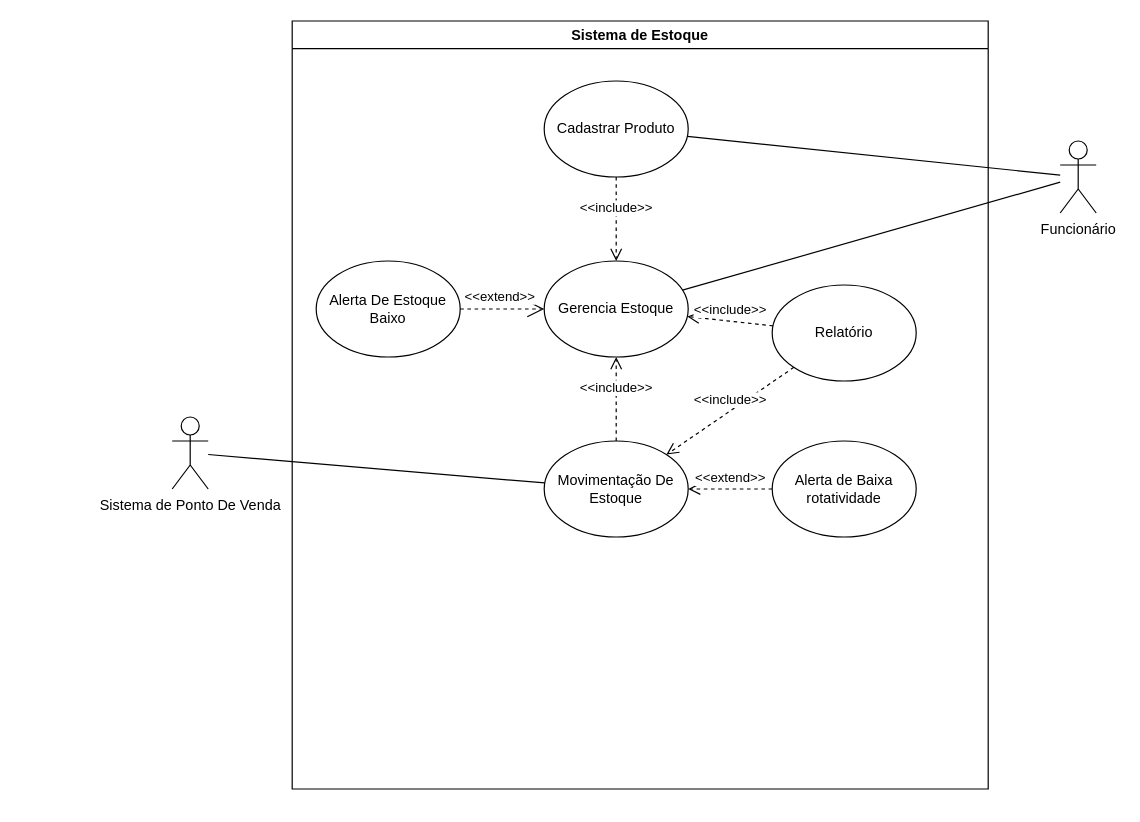
Before: Caso de uso.drawio in josevictoraraujorojas/Sistema-Estoque, a draw.io diagram. Source tidied: cells renumbered, new cells numbered last; positions are measured from the earlier drawing's top-left corner, leaving out a move shared by most shapes. Both pictures are drawn from the tidied source at 120%, with x=0, y=0 at pixel (172, 20).
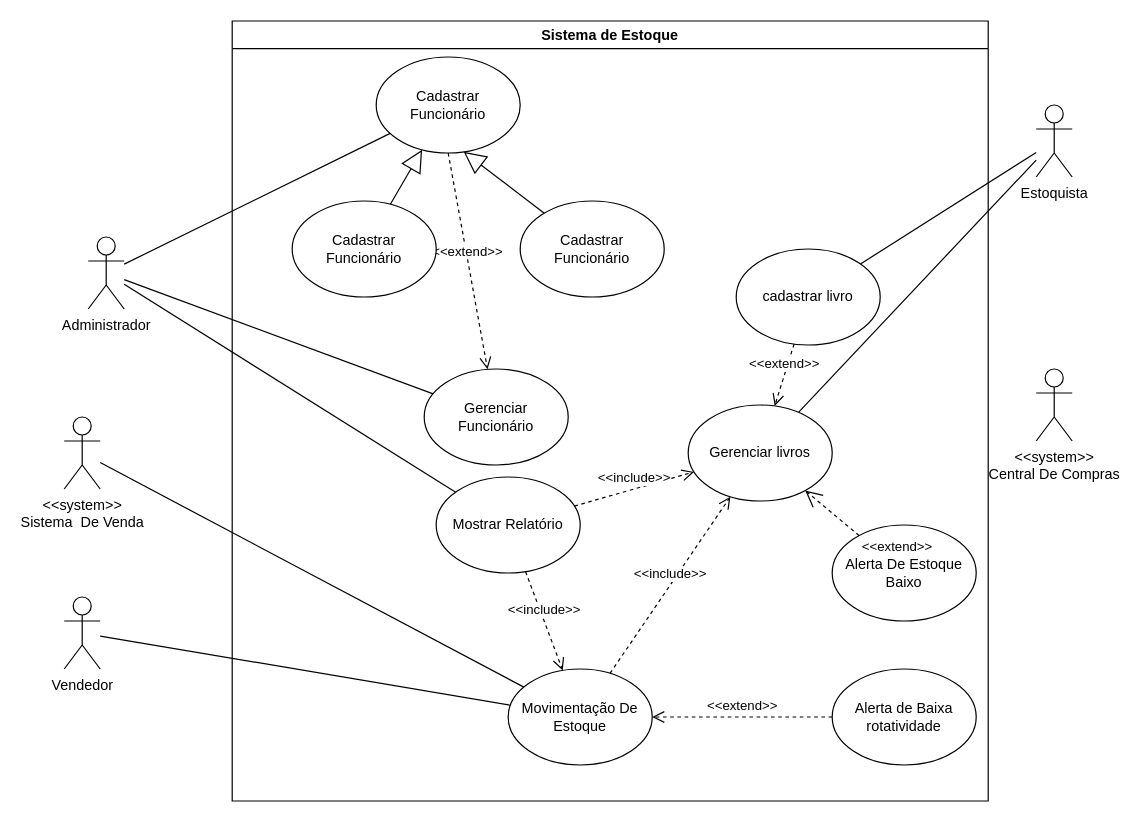
The same page after the edit.

Diff of the diagram source:
```diff
@@
-    <mxCell id="2" value="Funcionário" style="shape=umlActor;verticalLabelPosition=bottom;verticalAlign=top;html=1;outlineConnect=0;" parent="1" vertex="1">
-      <mxGeometry x="740" y="100" width="30" height="60" as="geometry" />
+    <mxCell id="2" value="Administrador" style="shape=umlActor;verticalLabelPosition=bottom;verticalAlign=top;html=1;outlineConnect=0;" parent="1" vertex="1">
+      <mxGeometry x="-70" y="180" width="30" height="60" as="geometry" />
     </mxCell>
-    <mxCell id="3" value="Gerencia Estoque" style="ellipse;whiteSpace=wrap;html=1;" parent="1" vertex="1">
-      <mxGeometry x="310" y="200" width="120" height="80" as="geometry" />
-    </mxCell>
-    <mxCell id="4" value="Movimentação De Estoque" style="ellipse;whiteSpace=wrap;html=1;" parent="1" vertex="1">
-      <mxGeometry x="310" y="350" width="120" height="80" as="geometry" />
-    </mxCell>
-    <mxCell id="5" value="&amp;lt;&amp;lt;extend&amp;gt;&amp;gt;" style="html=1;verticalAlign=bottom;endArrow=open;dashed=1;endSize=8;curved=0;rounded=0;" parent="1" edge="1" source="14" target="4">
-      <mxGeometry relative="1" as="geometry" />
-    </mxCell>
-    <mxCell id="6" value="&amp;lt;&amp;lt;extend&amp;gt;&amp;gt;" style="endArrow=open;endSize=12;dashed=1;html=1;rounded=0;" parent="1" edge="1" source="16" target="3">
-      <mxGeometry x="-0.06" y="10" relative="1" as="geometry" />
-    </mxCell>
-    <mxCell id="7" value="&amp;lt;&amp;lt;include&amp;gt;&amp;gt;" style="html=1;verticalAlign=bottom;endArrow=open;dashed=1;endSize=8;curved=0;rounded=0;" parent="1" edge="1" source="4" target="3">
-      <mxGeometry relative="1" as="geometry" />
-    </mxCell>
-    <mxCell id="8" value="Sistema de Ponto De Venda" style="shape=umlActor;verticalLabelPosition=bottom;verticalAlign=top;html=1;outlineConnect=0;" parent="1" vertex="1">
-      <mxGeometry y="330" width="30" height="60" as="geometry" />
+    <mxCell id="8" value="&lt;div&gt;&amp;lt;&amp;lt;system&amp;gt;&amp;gt;&lt;/div&gt;Sistema&amp;nbsp; De Venda" style="shape=umlActor;verticalLabelPosition=bottom;verticalAlign=top;html=1;outlineConnect=0;" parent="1" vertex="1">
+      <mxGeometry x="-90" y="330" width="30" height="60" as="geometry" />
     </mxCell>
-    <mxCell id="9" value="&amp;lt;&amp;lt;include&amp;gt;&amp;gt;" style="html=1;verticalAlign=bottom;endArrow=open;dashed=1;endSize=8;curved=0;rounded=0;" parent="1" edge="1" source="15" target="3">
-      <mxGeometry relative="1" as="geometry" />
-    </mxCell>
-    <mxCell id="10" style="endArrow=none;html=1;rounded=0;" parent="1" edge="1" source="15" target="2">
+    <mxCell id="10" style="endArrow=none;html=1;rounded=0;" parent="1" edge="1" source="15" target="31">
       <mxGeometry relative="1" as="geometry" />
     </mxCell>
-    <mxCell id="11" style="endArrow=none;html=1;rounded=0;" parent="1" edge="1" source="3" target="2">
+    <mxCell id="11" style="endArrow=none;html=1;rounded=0;" parent="1" edge="1" source="3" target="31">
       <mxGeometry relative="1" as="geometry" />
     </mxCell>
@@
     <mxCell id="13" value="Sistema de Estoque" style="swimlane;" parent="1" vertex="1">
-      <mxGeometry x="100" width="580" height="640" as="geometry" />
+      <mxGeometry x="50" width="630" height="650" as="geometry" />
     </mxCell>
     <mxCell id="14" value="Alerta de Baixa rotatividade" style="ellipse;whiteSpace=wrap;html=1;" parent="13" vertex="1">
-      <mxGeometry x="400" y="350" width="120" height="80" as="geometry" />
+      <mxGeometry x="500" y="540" width="120" height="80" as="geometry" />
     </mxCell>
-    <mxCell id="15" value="Cadastrar Produto" style="ellipse;whiteSpace=wrap;html=1;" parent="13" vertex="1">
-      <mxGeometry x="210" y="50" width="120" height="80" as="geometry" />
+    <mxCell id="15" value="cadastrar livro" style="ellipse;whiteSpace=wrap;html=1;" parent="13" vertex="1">
+      <mxGeometry x="420" y="190" width="120" height="80" as="geometry" />
     </mxCell>
     <mxCell id="16" value="Alerta De Estoque Baixo" style="ellipse;whiteSpace=wrap;html=1;" parent="13" vertex="1">
-      <mxGeometry x="20" y="200" width="120" height="80" as="geometry" />
+      <mxGeometry x="500" y="420" width="120" height="80" as="geometry" />
     </mxCell>
-    <mxCell id="17" value="Relatório" style="ellipse;whiteSpace=wrap;html=1;" parent="13" vertex="1">
-      <mxGeometry x="400" y="220" width="120" height="80" as="geometry" />
+    <mxCell id="17" value="Mostrar Relatório" style="ellipse;whiteSpace=wrap;html=1;" parent="13" vertex="1">
+      <mxGeometry x="170" y="380" width="120" height="80" as="geometry" />
     </mxCell>
+    <mxCell id="4" value="Movimentação De Estoque" style="ellipse;whiteSpace=wrap;html=1;" parent="13" vertex="1">
+      <mxGeometry x="230" y="540" width="120" height="80" as="geometry" />
+    </mxCell>
+    <mxCell id="5" value="&amp;lt;&amp;lt;extend&amp;gt;&amp;gt;" style="html=1;verticalAlign=bottom;endArrow=open;dashed=1;endSize=8;curved=0;rounded=0;" parent="13" edge="1" source="14" target="4">
+      <mxGeometry relative="1" as="geometry" />
+    </mxCell>
+    <mxCell id="19" value="&amp;lt;&amp;lt;include&amp;gt;&amp;gt;" style="html=1;verticalAlign=bottom;endArrow=open;dashed=1;endSize=8;curved=0;rounded=0;" parent="13" edge="1" source="17" target="4">
+      <mxGeometry relative="1" as="geometry" />
+    </mxCell>
+    <mxCell id="20" value="Cadastrar Funcionário" style="ellipse;whiteSpace=wrap;html=1;" parent="13" vertex="1">
+      <mxGeometry x="120" y="30" width="120" height="80" as="geometry" />
+    </mxCell>
+    <mxCell id="21" value="Gerenciar Funcionário" style="ellipse;whiteSpace=wrap;html=1;" parent="13" vertex="1">
+      <mxGeometry x="160" y="290" width="120" height="80" as="geometry" />
+    </mxCell>
+    <mxCell id="22" value="&amp;lt;&amp;lt;extend&amp;gt;&amp;gt;" style="html=1;verticalAlign=bottom;endArrow=open;dashed=1;endSize=8;curved=0;rounded=0;exitX=0.5;exitY=1;exitDx=0;exitDy=0;" parent="13" edge="1" source="20" target="21">
+      <mxGeometry relative="1" as="geometry" />
+    </mxCell>
+    <mxCell id="3" value="Gerenciar livros" style="ellipse;whiteSpace=wrap;html=1;" parent="13" vertex="1">
+      <mxGeometry x="380" y="320" width="120" height="80" as="geometry" />
+    </mxCell>
-    <mxCell id="18" value="&amp;lt;&amp;lt;include&amp;gt;&amp;gt;" style="html=1;verticalAlign=bottom;endArrow=open;dashed=1;endSize=8;curved=0;rounded=0;" parent="1" edge="1" source="17" target="3">
+    <mxCell id="18" value="&amp;lt;&amp;lt;include&amp;gt;&amp;gt;" style="html=1;verticalAlign=bottom;endArrow=open;dashed=1;endSize=8;curved=0;rounded=0;" parent="13" edge="1" source="17" target="3">
       <mxGeometry relative="1" as="geometry" />
     </mxCell>
-    <mxCell id="19" value="&amp;lt;&amp;lt;include&amp;gt;&amp;gt;" style="html=1;verticalAlign=bottom;endArrow=open;dashed=1;endSize=8;curved=0;rounded=0;" parent="1" edge="1" source="17" target="4">
-      <mxGeometry relative="1" as="geometry" />
-    </mxCell>
+    <mxCell id="9" value="&amp;lt;&amp;lt;extend&amp;gt;&amp;gt;" style="html=1;verticalAlign=bottom;endArrow=open;dashed=1;endSize=8;curved=0;rounded=0;" parent="13" edge="1" source="15" target="3">
+      <mxGeometry relative="1" as="geometry" />
+    </mxCell>
+    <mxCell id="7" value="&amp;lt;&amp;lt;include&amp;gt;&amp;gt;" style="html=1;verticalAlign=bottom;endArrow=open;dashed=1;endSize=8;curved=0;rounded=0;" parent="13" edge="1" source="4" target="3">
+      <mxGeometry relative="1" as="geometry" />
+    </mxCell>
+    <mxCell id="6" value="&amp;lt;&amp;lt;extend&amp;gt;&amp;gt;" style="endArrow=open;endSize=12;dashed=1;html=1;rounded=0;" parent="13" edge="1" source="16" target="3">
+      <mxGeometry x="-1" y="61" relative="1" as="geometry">
+        <mxPoint x="71" y="-38" as="offset" />
+      </mxGeometry>
+    </mxCell>
+    <mxCell id="23" value="Cadastrar Funcionário" style="ellipse;whiteSpace=wrap;html=1;" parent="13" vertex="1">
+      <mxGeometry x="240" y="150" width="120" height="80" as="geometry" />
+    </mxCell>
+    <mxCell id="24" value="Cadastrar Funcionário" style="ellipse;whiteSpace=wrap;html=1;" parent="13" vertex="1">
+      <mxGeometry x="50" y="150" width="120" height="80" as="geometry" />
+    </mxCell>
+    <mxCell id="25" style="endArrow=block;endSize=16;endFill=0;html=1;rounded=0;entryX=0.608;entryY=0.988;entryDx=0;entryDy=0;entryPerimeter=0;" parent="13" edge="1" source="23" target="20">
+      <mxGeometry relative="1" as="geometry" />
+    </mxCell>
+    <mxCell id="26" style="endArrow=block;endSize=16;endFill=0;html=1;rounded=0;" parent="13" edge="1" source="24" target="20">
+      <mxGeometry relative="1" as="geometry" />
+    </mxCell>
+    <mxCell id="27" style="endArrow=none;html=1;rounded=0;" parent="1" edge="1" source="17" target="2">
+      <mxGeometry relative="1" as="geometry" />
+    </mxCell>
+    <mxCell id="28" value="Vendedor&lt;div&gt;&lt;br&gt;&lt;/div&gt;" style="shape=umlActor;verticalLabelPosition=bottom;verticalAlign=top;html=1;outlineConnect=0;" parent="1" vertex="1">
+      <mxGeometry x="-90" y="480" width="30" height="60" as="geometry" />
+    </mxCell>
+    <mxCell id="29" style="endArrow=none;html=1;rounded=0;" parent="1" edge="1" source="28" target="4">
+      <mxGeometry relative="1" as="geometry" />
+    </mxCell>
+    <mxCell id="30" value="&lt;div&gt;&amp;lt;&amp;lt;system&amp;gt;&amp;gt;&lt;/div&gt;&lt;div&gt;Central De Compras&lt;/div&gt;" style="shape=umlActor;verticalLabelPosition=bottom;verticalAlign=top;html=1;" parent="1" vertex="1">
+      <mxGeometry x="720" y="290" width="30" height="60" as="geometry" />
+    </mxCell>
+    <mxCell id="31" value="Estoquista&lt;div&gt;&lt;br&gt;&lt;/div&gt;" style="shape=umlActor;verticalLabelPosition=bottom;verticalAlign=top;html=1;outlineConnect=0;" parent="1" vertex="1">
+      <mxGeometry x="720" y="70" width="30" height="60" as="geometry" />
+    </mxCell>
+    <mxCell id="32" style="endArrow=none;html=1;rounded=0;" parent="1" edge="1" source="21" target="2">
+      <mxGeometry relative="1" as="geometry" />
+    </mxCell>
+    <mxCell id="33" style="endArrow=none;html=1;rounded=0;" parent="1" edge="1" source="20" target="2">
+      <mxGeometry relative="1" as="geometry" />
+    </mxCell>
```
